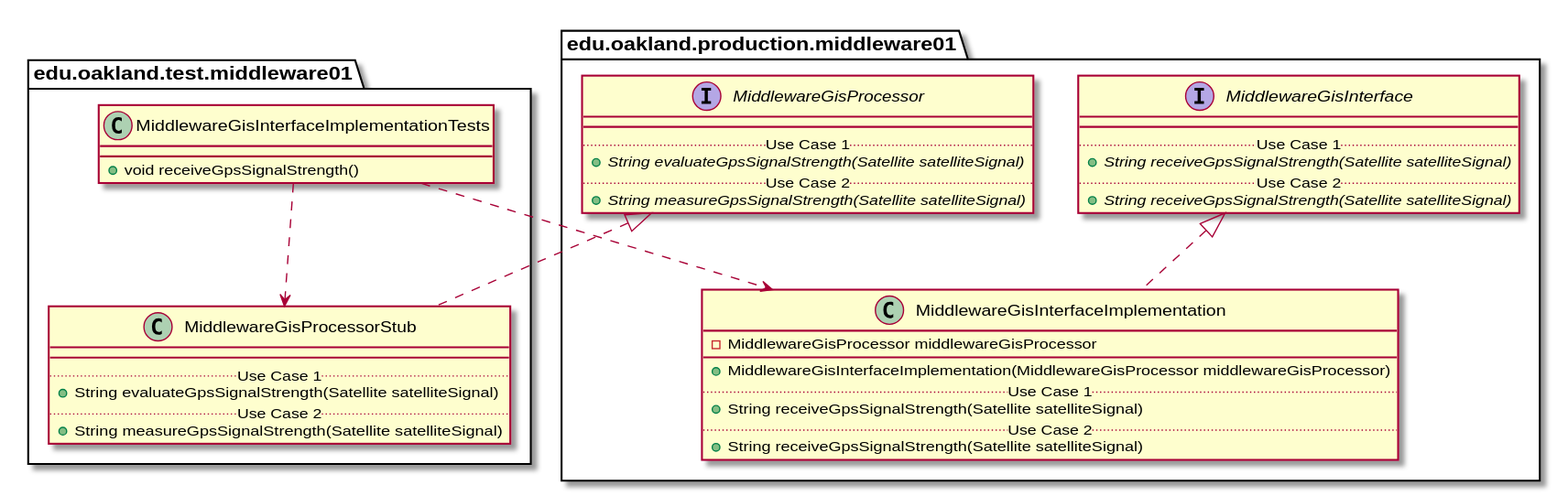
Before: docs/uml-class-diagrams/middleware01/test/MiddlewareGisInterfaceImplementationTests/MiddlewareGisInterfaceImplementationTests_Closure.svg, a diagram exported from PlantUML (elilley15/csi-3370-software-project).
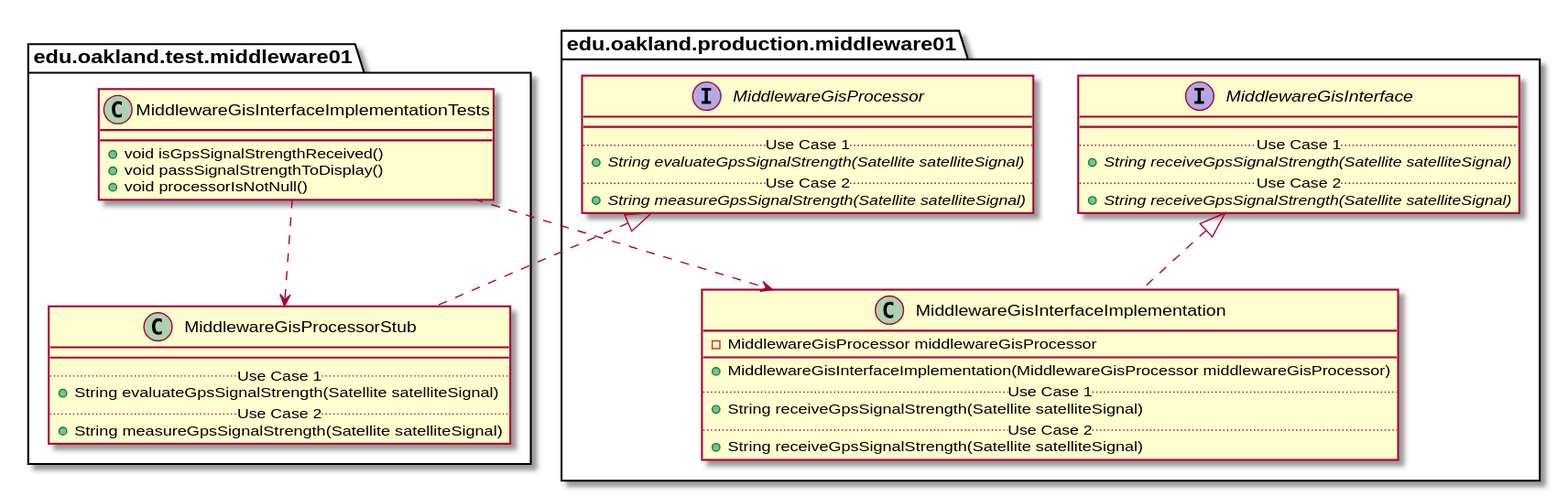
The same file after the commit.

Diff of the diagram source:
```diff
@@ -3,7 +3,9 @@
 
 package edu.oakland.test.middleware01 {
   class MiddlewareGisInterfaceImplementationTests {
-    + void receiveGpsSignalStrength()
+    + void isGpsSignalStrengthReceived()
+    + void passSignalStrengthToDisplay()
+    + void processorIsNotNull()
   }
 }
 
```
